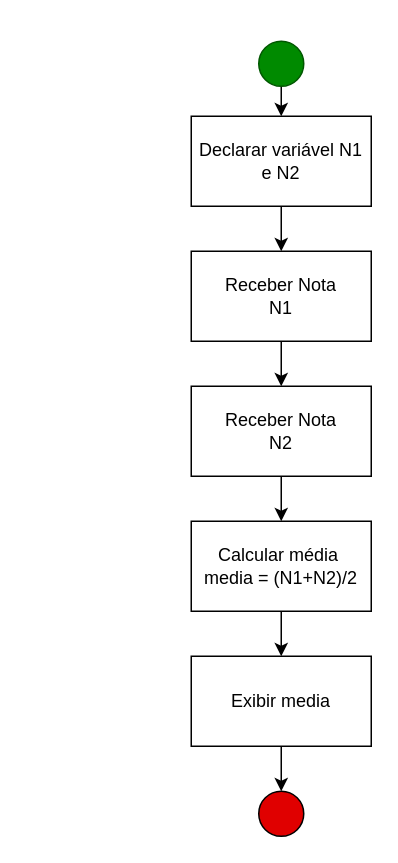
AlgumonL/Algoritimo keeps this draw.io diagram as page "Exercicio 1" (1 of 7) of Lista 1/Lista 1.drawio. Above is the earlier version. Source tidied: cells renumbered, new cells numbered last; positions are measured from the earlier drawing's top-left corner, leaving out a move shared by most shapes. Both pictures are drawn from the tidied source at 150%, with x=0, y=0 at pixel (190, 40).
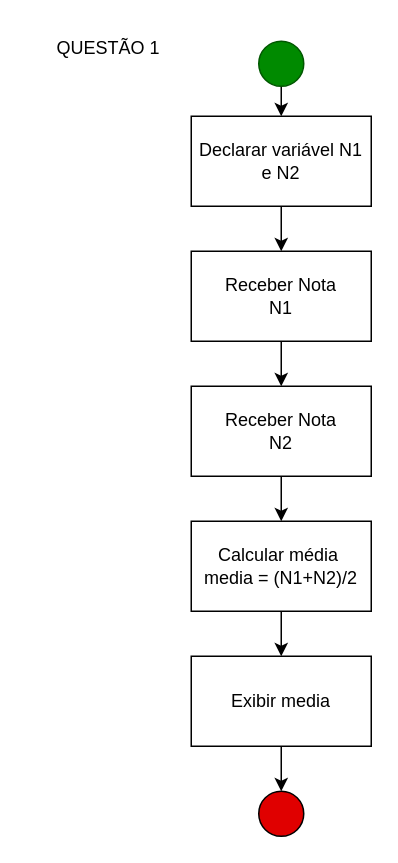
The same page after the edit.

The edit, as a diff of the source:
```diff
@@
 <mxGraphModel>
   <root>
     <mxCell id="0" />
     <mxCell id="1" parent="0" />
     <mxCell id="2" style="endArrow=classic;html=1;rounded=0;exitX=0.5;exitY=1;exitDx=0;exitDy=0;" parent="1" edge="1" source="5">
       <mxGeometry relative="1" as="geometry">
         <mxPoint x="60" y="50" as="targetPoint" />
       </mxGeometry>
     </mxCell>
     <mxCell id="3" value="Declarar variável N1 e N2" style="rounded=0;whiteSpace=wrap;html=1;" parent="1" vertex="1">
       <mxGeometry y="50" width="120" height="60" as="geometry" />
     </mxCell>
     <mxCell id="4" style="endArrow=classic;html=1;rounded=0;exitX=0.5;exitY=1;exitDx=0;exitDy=0;entryX=0.5;entryY=0;entryDx=0;entryDy=0;" parent="1" edge="1" source="3" target="7">
       <mxGeometry relative="1" as="geometry" />
     </mxCell>
     <mxCell id="5" style="ellipse;whiteSpace=wrap;html=1;fillColor=#008a00;fontColor=#ffffff;strokeColor=#005700;" parent="1" vertex="1">
       <mxGeometry x="45" width="30" height="30" as="geometry" />
     </mxCell>
     <mxCell id="6" style="ellipse;whiteSpace=wrap;html=1;fillColor=light-dark(#E00000,#E00000);" parent="1" vertex="1">
       <mxGeometry x="45" y="500" width="30" height="30" as="geometry" />
     </mxCell>
     <mxCell id="7" value="Receber Nota&lt;div&gt;N1&lt;/div&gt;" style="rounded=0;whiteSpace=wrap;html=1;" parent="1" vertex="1">
       <mxGeometry y="140" width="120" height="60" as="geometry" />
     </mxCell>
     <mxCell id="8" style="endArrow=classic;html=1;rounded=0;exitX=0.5;exitY=1;exitDx=0;exitDy=0;entryX=0.5;entryY=0;entryDx=0;entryDy=0;" parent="1" edge="1" source="7" target="9">
       <mxGeometry relative="1" as="geometry" />
     </mxCell>
     <mxCell id="9" value="Receber Nota&lt;div&gt;N2&lt;/div&gt;" style="rounded=0;whiteSpace=wrap;html=1;" parent="1" vertex="1">
       <mxGeometry y="230" width="120" height="60" as="geometry" />
     </mxCell>
     <mxCell id="10" value="Calcular média&amp;nbsp;&lt;br&gt;media = (N1+N2)/2" style="rounded=0;whiteSpace=wrap;html=1;" parent="1" vertex="1">
       <mxGeometry y="320" width="120" height="60" as="geometry" />
     </mxCell>
     <mxCell id="11" style="endArrow=classic;html=1;rounded=0;exitX=0.5;exitY=1;exitDx=0;exitDy=0;entryX=0.5;entryY=0;entryDx=0;entryDy=0;" parent="1" edge="1" source="9" target="10">
       <mxGeometry relative="1" as="geometry" />
     </mxCell>
     <mxCell id="12" value="Exibir media" style="rounded=0;whiteSpace=wrap;html=1;" parent="1" vertex="1">
       <mxGeometry y="410" width="120" height="60" as="geometry" />
     </mxCell>
     <mxCell id="13" style="endArrow=classic;html=1;rounded=0;exitX=0.5;exitY=1;exitDx=0;exitDy=0;entryX=0.5;entryY=0;entryDx=0;entryDy=0;" parent="1" edge="1" source="10" target="12">
       <mxGeometry relative="1" as="geometry" />
     </mxCell>
     <mxCell id="14" style="endArrow=classic;html=1;rounded=0;entryX=0.5;entryY=0;entryDx=0;entryDy=0;exitX=0.5;exitY=1;exitDx=0;exitDy=0;" parent="1" edge="1" source="12" target="6">
       <mxGeometry relative="1" as="geometry" />
     </mxCell>
+    <mxCell id="15" value="QUESTÃO 1" style="text;html=1;whiteSpace=wrap;strokeColor=none;fillColor=none;align=center;verticalAlign=middle;rounded=0;" parent="1" vertex="1">
+      <mxGeometry x="-110" y="-10" width="110" height="30" as="geometry" />
+    </mxCell>
   </root>
 </mxGraphModel>
```
